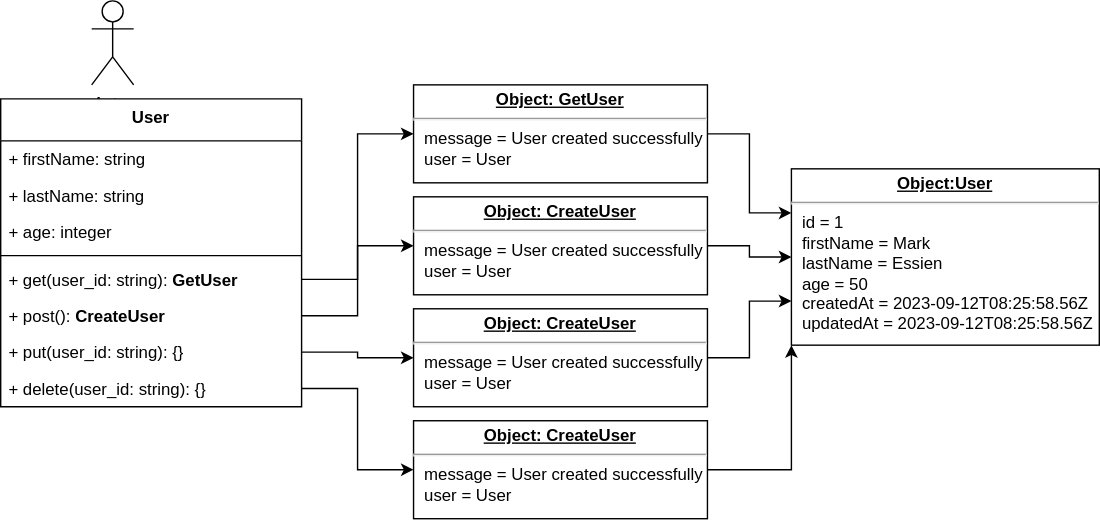
Before: diagram/zuri-stage-2.drawio.svg, a diagram exported from draw.io (Otagera/zuri-stage-two). Source tidied: cells renumbered, new cells last; positions are measured from the earlier drawing's top-left corner, leaving out a move shared by most shapes. Source of this version:
```xml
<mxGraphModel>
  <root>
    <mxCell id="0" />
    <mxCell id="1" parent="0" />
    <mxCell id="2" value="Actor" style="shape=umlActor;verticalLabelPosition=bottom;verticalAlign=top;html=1;" parent="1" vertex="1">
      <mxGeometry x="65" width="30" height="60" as="geometry" />
    </mxCell>
    <mxCell id="3" value="User" style="swimlane;fontStyle=1;align=center;verticalAlign=top;horizontal=1;startSize=30;whiteSpace=wrap;html=1;" parent="1" vertex="1">
      <mxGeometry y="70" width="215" height="220" as="geometry" />
    </mxCell>
    <mxCell id="4" value="+ firstName: string&lt;br&gt;" style="text;strokeColor=none;fillColor=none;align=left;verticalAlign=top;spacingLeft=4;spacingRight=4;overflow=hidden;whiteSpace=wrap;html=1;" parent="3" vertex="1">
      <mxGeometry y="30" width="215" height="26" as="geometry" />
    </mxCell>
    <mxCell id="5" value="+ lastName: string" style="text;strokeColor=none;fillColor=none;align=left;verticalAlign=top;spacingLeft=4;spacingRight=4;overflow=hidden;whiteSpace=wrap;html=1;" parent="3" vertex="1">
      <mxGeometry y="56" width="215" height="26" as="geometry" />
    </mxCell>
    <mxCell id="6" value="+ age: integer" style="text;strokeColor=none;fillColor=none;align=left;verticalAlign=top;spacingLeft=4;spacingRight=4;overflow=hidden;whiteSpace=wrap;html=1;" parent="3" vertex="1">
      <mxGeometry y="82" width="215" height="26" as="geometry" />
    </mxCell>
    <mxCell id="7" style="line;strokeWidth=1;fillColor=none;align=left;verticalAlign=middle;spacingTop=-1;spacingLeft=3;spacingRight=3;labelPosition=right;strokeColor=inherit;" parent="3" vertex="1">
      <mxGeometry y="108" width="215" height="8" as="geometry" />
    </mxCell>
    <mxCell id="8" value="+ get(user_id: string):&amp;nbsp;&lt;b style=&quot;border-color: var(--border-color); text-align: center;&quot;&gt;GetUser&lt;/b&gt;" style="text;strokeColor=none;fillColor=none;align=left;verticalAlign=top;spacingLeft=4;spacingRight=4;overflow=hidden;points=[[0,0.5],[1,0.5]];portConstraint=eastwest;whiteSpace=wrap;html=1;" parent="3" vertex="1">
      <mxGeometry y="116" width="215" height="26" as="geometry" />
    </mxCell>
    <mxCell id="9" value="+ post():&amp;nbsp;&lt;b style=&quot;border-color: var(--border-color); text-align: center;&quot;&gt;CreateUser&lt;/b&gt;" style="text;strokeColor=none;fillColor=none;align=left;verticalAlign=top;spacingLeft=4;spacingRight=4;overflow=hidden;points=[[0,0.5],[1,0.5]];portConstraint=eastwest;whiteSpace=wrap;html=1;" parent="3" vertex="1">
      <mxGeometry y="142" width="215" height="26" as="geometry" />
    </mxCell>
    <mxCell id="10" value="+ put(user_id: string): {}" style="text;strokeColor=none;fillColor=none;align=left;verticalAlign=top;spacingLeft=4;spacingRight=4;overflow=hidden;points=[[0,0.5],[1,0.5]];portConstraint=eastwest;whiteSpace=wrap;html=1;" parent="3" vertex="1">
      <mxGeometry y="168" width="215" height="26" as="geometry" />
    </mxCell>
    <mxCell id="11" value="+ delete(user_id: string): {}" style="text;strokeColor=none;fillColor=none;align=left;verticalAlign=top;spacingLeft=4;spacingRight=4;overflow=hidden;points=[[0,0.5],[1,0.5]];portConstraint=eastwest;whiteSpace=wrap;html=1;" parent="3" vertex="1">
      <mxGeometry y="194" width="215" height="26" as="geometry" />
    </mxCell>
    <mxCell id="12" style="edgeStyle=orthogonalEdgeStyle;rounded=0;jettySize=auto;html=1;entryX=0;entryY=0.25;entryDx=0;entryDy=0;" parent="1" edge="1" source="13" target="24">
      <mxGeometry relative="1" as="geometry" />
    </mxCell>
    <mxCell id="13" value="&lt;p style=&quot;margin:0px;margin-top:4px;text-align:center;text-decoration:underline;&quot;&gt;&lt;b&gt;Object: GetUser&lt;/b&gt;&lt;/p&gt;&lt;hr&gt;&lt;p style=&quot;margin:0px;margin-left:8px;&quot;&gt;message&amp;nbsp;=&amp;nbsp;User created successfully&lt;/p&gt;&lt;p style=&quot;margin:0px;margin-left:8px;&quot;&gt;user&amp;nbsp;= User&lt;/p&gt;" style="verticalAlign=top;align=left;overflow=fill;fontSize=12;fontFamily=Helvetica;html=1;whiteSpace=wrap;" parent="1" vertex="1">
      <mxGeometry x="295" y="60" width="210" height="70" as="geometry" />
    </mxCell>
    <mxCell id="14" style="edgeStyle=orthogonalEdgeStyle;rounded=0;jettySize=auto;html=1;entryX=0;entryY=0.5;entryDx=0;entryDy=0;" parent="1" edge="1" source="8" target="13">
      <mxGeometry relative="1" as="geometry" />
    </mxCell>
    <mxCell id="15" style="edgeStyle=orthogonalEdgeStyle;rounded=0;jettySize=auto;html=1;" parent="1" edge="1" source="16" target="24">
      <mxGeometry relative="1" as="geometry" />
    </mxCell>
    <mxCell id="16" value="&lt;p style=&quot;margin:0px;margin-top:4px;text-align:center;text-decoration:underline;&quot;&gt;&lt;b&gt;Object: CreateUser&lt;/b&gt;&lt;/p&gt;&lt;hr&gt;&lt;p style=&quot;margin:0px;margin-left:8px;&quot;&gt;message&amp;nbsp;=&amp;nbsp;User created successfully&lt;/p&gt;&lt;p style=&quot;margin:0px;margin-left:8px;&quot;&gt;user&amp;nbsp;= User&lt;/p&gt;" style="verticalAlign=top;align=left;overflow=fill;fontSize=12;fontFamily=Helvetica;html=1;whiteSpace=wrap;" parent="1" vertex="1">
      <mxGeometry x="295" y="140" width="210" height="70" as="geometry" />
    </mxCell>
    <mxCell id="17" style="edgeStyle=orthogonalEdgeStyle;rounded=0;jettySize=auto;html=1;entryX=0;entryY=0.5;entryDx=0;entryDy=0;" parent="1" edge="1" source="9" target="16">
      <mxGeometry relative="1" as="geometry" />
    </mxCell>
    <mxCell id="18" style="edgeStyle=orthogonalEdgeStyle;rounded=0;jettySize=auto;html=1;entryX=0;entryY=0.75;entryDx=0;entryDy=0;" parent="1" edge="1" source="19" target="24">
      <mxGeometry relative="1" as="geometry" />
    </mxCell>
    <mxCell id="19" value="&lt;p style=&quot;margin:0px;margin-top:4px;text-align:center;text-decoration:underline;&quot;&gt;&lt;b&gt;Object: CreateUser&lt;/b&gt;&lt;/p&gt;&lt;hr&gt;&lt;p style=&quot;margin:0px;margin-left:8px;&quot;&gt;message&amp;nbsp;=&amp;nbsp;User created successfully&lt;/p&gt;&lt;p style=&quot;margin:0px;margin-left:8px;&quot;&gt;user&amp;nbsp;= User&lt;/p&gt;" style="verticalAlign=top;align=left;overflow=fill;fontSize=12;fontFamily=Helvetica;html=1;whiteSpace=wrap;" parent="1" vertex="1">
      <mxGeometry x="295" y="220" width="210" height="70" as="geometry" />
    </mxCell>
    <mxCell id="20" style="edgeStyle=orthogonalEdgeStyle;rounded=0;jettySize=auto;html=1;entryX=0;entryY=0.5;entryDx=0;entryDy=0;" parent="1" edge="1" source="10" target="19">
      <mxGeometry relative="1" as="geometry" />
    </mxCell>
    <mxCell id="21" style="edgeStyle=orthogonalEdgeStyle;rounded=0;jettySize=auto;html=1;entryX=0;entryY=1;entryDx=0;entryDy=0;" parent="1" edge="1" source="22" target="24">
      <mxGeometry relative="1" as="geometry" />
    </mxCell>
    <mxCell id="22" value="&lt;p style=&quot;margin:0px;margin-top:4px;text-align:center;text-decoration:underline;&quot;&gt;&lt;b&gt;Object: CreateUser&lt;/b&gt;&lt;/p&gt;&lt;hr&gt;&lt;p style=&quot;margin:0px;margin-left:8px;&quot;&gt;message&amp;nbsp;=&amp;nbsp;User created successfully&lt;/p&gt;&lt;p style=&quot;margin:0px;margin-left:8px;&quot;&gt;user&amp;nbsp;= User&lt;/p&gt;" style="verticalAlign=top;align=left;overflow=fill;fontSize=12;fontFamily=Helvetica;html=1;whiteSpace=wrap;" parent="1" vertex="1">
      <mxGeometry x="295" y="300" width="210" height="70" as="geometry" />
    </mxCell>
    <mxCell id="23" style="edgeStyle=orthogonalEdgeStyle;rounded=0;jettySize=auto;html=1;entryX=0;entryY=0.5;entryDx=0;entryDy=0;" parent="1" edge="1" source="11" target="22">
      <mxGeometry relative="1" as="geometry" />
    </mxCell>
    <mxCell id="24" value="&lt;p style=&quot;margin:0px;margin-top:4px;text-align:center;text-decoration:underline;&quot;&gt;&lt;b&gt;Object:User&lt;/b&gt;&lt;/p&gt;&lt;hr&gt;&lt;p style=&quot;margin:0px;margin-left:8px;&quot;&gt;id = 1&lt;br&gt;firstName = Mark&lt;br&gt;lastName = Essien&lt;/p&gt;&lt;p style=&quot;margin:0px;margin-left:8px;&quot;&gt;age = 50&lt;/p&gt;&lt;p style=&quot;margin:0px;margin-left:8px;&quot;&gt;createdAt = 2023-09-12T08:25:58.56Z&lt;/p&gt;&lt;p style=&quot;margin:0px;margin-left:8px;&quot;&gt;updatedAt = 2023-09-12T08:25:58.56Z&lt;br&gt;&lt;/p&gt;" style="verticalAlign=top;align=left;overflow=fill;fontSize=12;fontFamily=Helvetica;html=1;whiteSpace=wrap;" parent="1" vertex="1">
      <mxGeometry x="565" y="120" width="220" height="126" as="geometry" />
    </mxCell>
  </root>
</mxGraphModel>
```
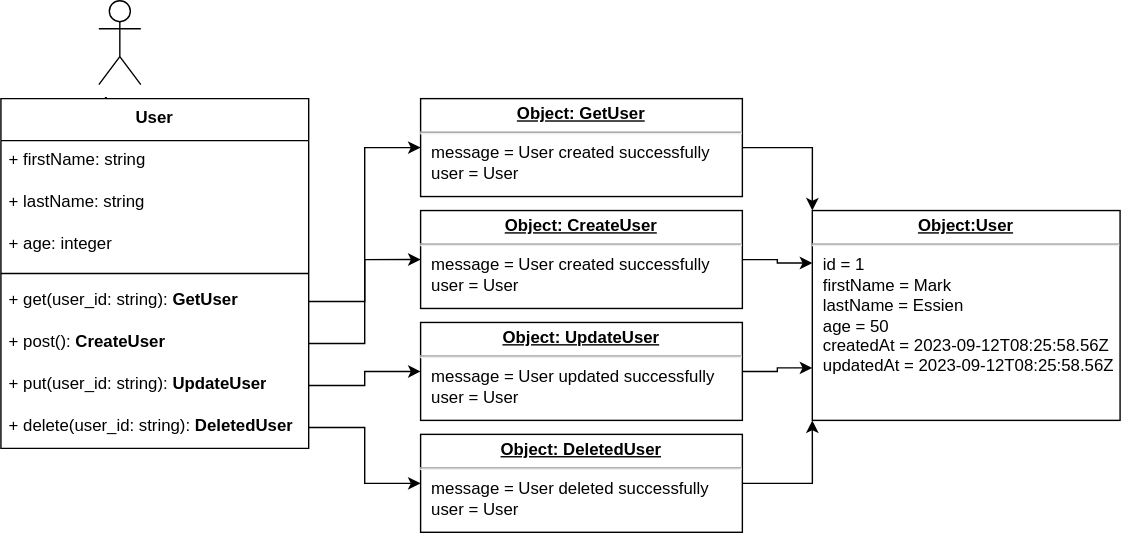
After the commit.

What changed in the source:
```diff
@@ -3,73 +3,73 @@
     <mxCell id="0" />
     <mxCell id="1" parent="0" />
     <mxCell id="2" value="Actor" style="shape=umlActor;verticalLabelPosition=bottom;verticalAlign=top;html=1;" parent="1" vertex="1">
-      <mxGeometry x="65" width="30" height="60" as="geometry" />
+      <mxGeometry x="65" y="-10" width="30" height="60" as="geometry" />
     </mxCell>
     <mxCell id="3" value="User" style="swimlane;fontStyle=1;align=center;verticalAlign=top;horizontal=1;startSize=30;whiteSpace=wrap;html=1;" parent="1" vertex="1">
-      <mxGeometry y="70" width="215" height="220" as="geometry" />
+      <mxGeometry x="-5" y="60" width="220" height="250" as="geometry" />
     </mxCell>
     <mxCell id="4" value="+ firstName: string&lt;br&gt;" style="text;strokeColor=none;fillColor=none;align=left;verticalAlign=top;spacingLeft=4;spacingRight=4;overflow=hidden;whiteSpace=wrap;html=1;" parent="3" vertex="1">
-      <mxGeometry y="30" width="215" height="26" as="geometry" />
+      <mxGeometry y="30" width="220" height="30" as="geometry" />
     </mxCell>
     <mxCell id="5" value="+ lastName: string" style="text;strokeColor=none;fillColor=none;align=left;verticalAlign=top;spacingLeft=4;spacingRight=4;overflow=hidden;whiteSpace=wrap;html=1;" parent="3" vertex="1">
-      <mxGeometry y="56" width="215" height="26" as="geometry" />
+      <mxGeometry y="60" width="220" height="30" as="geometry" />
     </mxCell>
     <mxCell id="6" value="+ age: integer" style="text;strokeColor=none;fillColor=none;align=left;verticalAlign=top;spacingLeft=4;spacingRight=4;overflow=hidden;whiteSpace=wrap;html=1;" parent="3" vertex="1">
-      <mxGeometry y="82" width="215" height="26" as="geometry" />
+      <mxGeometry y="90" width="220" height="30" as="geometry" />
     </mxCell>
     <mxCell id="7" style="line;strokeWidth=1;fillColor=none;align=left;verticalAlign=middle;spacingTop=-1;spacingLeft=3;spacingRight=3;labelPosition=right;strokeColor=inherit;" parent="3" vertex="1">
-      <mxGeometry y="108" width="215" height="8" as="geometry" />
+      <mxGeometry y="120" width="220" height="10" as="geometry" />
     </mxCell>
     <mxCell id="8" value="+ get(user_id: string):&amp;nbsp;&lt;b style=&quot;border-color: var(--border-color); text-align: center;&quot;&gt;GetUser&lt;/b&gt;" style="text;strokeColor=none;fillColor=none;align=left;verticalAlign=top;spacingLeft=4;spacingRight=4;overflow=hidden;points=[[0,0.5],[1,0.5]];portConstraint=eastwest;whiteSpace=wrap;html=1;" parent="3" vertex="1">
-      <mxGeometry y="116" width="215" height="26" as="geometry" />
+      <mxGeometry y="130" width="220" height="30" as="geometry" />
     </mxCell>
     <mxCell id="9" value="+ post():&amp;nbsp;&lt;b style=&quot;border-color: var(--border-color); text-align: center;&quot;&gt;CreateUser&lt;/b&gt;" style="text;strokeColor=none;fillColor=none;align=left;verticalAlign=top;spacingLeft=4;spacingRight=4;overflow=hidden;points=[[0,0.5],[1,0.5]];portConstraint=eastwest;whiteSpace=wrap;html=1;" parent="3" vertex="1">
-      <mxGeometry y="142" width="215" height="26" as="geometry" />
+      <mxGeometry y="160" width="220" height="30" as="geometry" />
     </mxCell>
-    <mxCell id="10" value="+ put(user_id: string): {}" style="text;strokeColor=none;fillColor=none;align=left;verticalAlign=top;spacingLeft=4;spacingRight=4;overflow=hidden;points=[[0,0.5],[1,0.5]];portConstraint=eastwest;whiteSpace=wrap;html=1;" parent="3" vertex="1">
-      <mxGeometry y="168" width="215" height="26" as="geometry" />
+    <mxCell id="10" value="+ put(user_id: string):&amp;nbsp;&lt;b style=&quot;border-color: var(--border-color); text-align: center;&quot;&gt;UpdateUser&lt;/b&gt;" style="text;strokeColor=none;fillColor=none;align=left;verticalAlign=top;spacingLeft=4;spacingRight=4;overflow=hidden;points=[[0,0.5],[1,0.5]];portConstraint=eastwest;whiteSpace=wrap;html=1;" parent="3" vertex="1">
+      <mxGeometry y="190" width="220" height="30" as="geometry" />
     </mxCell>
-    <mxCell id="11" value="+ delete(user_id: string): {}" style="text;strokeColor=none;fillColor=none;align=left;verticalAlign=top;spacingLeft=4;spacingRight=4;overflow=hidden;points=[[0,0.5],[1,0.5]];portConstraint=eastwest;whiteSpace=wrap;html=1;" parent="3" vertex="1">
-      <mxGeometry y="194" width="215" height="26" as="geometry" />
+    <mxCell id="11" value="+ delete(user_id: string):&amp;nbsp;&lt;b style=&quot;border-color: var(--border-color); text-align: center;&quot;&gt;DeletedUser&lt;/b&gt;" style="text;strokeColor=none;fillColor=none;align=left;verticalAlign=top;spacingLeft=4;spacingRight=4;overflow=hidden;points=[[0,0.5],[1,0.5]];portConstraint=eastwest;whiteSpace=wrap;html=1;" parent="3" vertex="1">
+      <mxGeometry y="220" width="220" height="30" as="geometry" />
     </mxCell>
-    <mxCell id="12" style="edgeStyle=orthogonalEdgeStyle;rounded=0;jettySize=auto;html=1;entryX=0;entryY=0.25;entryDx=0;entryDy=0;" parent="1" edge="1" source="13" target="24">
+    <mxCell id="12" style="edgeStyle=orthogonalEdgeStyle;rounded=0;jettySize=auto;html=1;entryX=0;entryY=0;entryDx=0;entryDy=0;" parent="1" edge="1" source="13" target="24">
       <mxGeometry relative="1" as="geometry" />
     </mxCell>
-    <mxCell id="13" value="&lt;p style=&quot;margin:0px;margin-top:4px;text-align:center;text-decoration:underline;&quot;&gt;&lt;b&gt;Object: GetUser&lt;/b&gt;&lt;/p&gt;&lt;hr&gt;&lt;p style=&quot;margin:0px;margin-left:8px;&quot;&gt;message&amp;nbsp;=&amp;nbsp;User created successfully&lt;/p&gt;&lt;p style=&quot;margin:0px;margin-left:8px;&quot;&gt;user&amp;nbsp;= User&lt;/p&gt;" style="verticalAlign=top;align=left;overflow=fill;fontSize=12;fontFamily=Helvetica;html=1;whiteSpace=wrap;" parent="1" vertex="1">
-      <mxGeometry x="295" y="60" width="210" height="70" as="geometry" />
-    </mxCell>
     <mxCell id="14" style="edgeStyle=orthogonalEdgeStyle;rounded=0;jettySize=auto;html=1;entryX=0;entryY=0.5;entryDx=0;entryDy=0;" parent="1" edge="1" source="8" target="13">
       <mxGeometry relative="1" as="geometry" />
     </mxCell>
-    <mxCell id="15" style="edgeStyle=orthogonalEdgeStyle;rounded=0;jettySize=auto;html=1;" parent="1" edge="1" source="16" target="24">
+    <mxCell id="15" style="edgeStyle=orthogonalEdgeStyle;rounded=0;jettySize=auto;html=1;entryX=0;entryY=0.25;entryDx=0;entryDy=0;" parent="1" edge="1" source="16" target="24">
       <mxGeometry relative="1" as="geometry" />
     </mxCell>
-    <mxCell id="16" value="&lt;p style=&quot;margin:0px;margin-top:4px;text-align:center;text-decoration:underline;&quot;&gt;&lt;b&gt;Object: CreateUser&lt;/b&gt;&lt;/p&gt;&lt;hr&gt;&lt;p style=&quot;margin:0px;margin-left:8px;&quot;&gt;message&amp;nbsp;=&amp;nbsp;User created successfully&lt;/p&gt;&lt;p style=&quot;margin:0px;margin-left:8px;&quot;&gt;user&amp;nbsp;= User&lt;/p&gt;" style="verticalAlign=top;align=left;overflow=fill;fontSize=12;fontFamily=Helvetica;html=1;whiteSpace=wrap;" parent="1" vertex="1">
-      <mxGeometry x="295" y="140" width="210" height="70" as="geometry" />
-    </mxCell>
     <mxCell id="17" style="edgeStyle=orthogonalEdgeStyle;rounded=0;jettySize=auto;html=1;entryX=0;entryY=0.5;entryDx=0;entryDy=0;" parent="1" edge="1" source="9" target="16">
       <mxGeometry relative="1" as="geometry" />
     </mxCell>
     <mxCell id="18" style="edgeStyle=orthogonalEdgeStyle;rounded=0;jettySize=auto;html=1;entryX=0;entryY=0.75;entryDx=0;entryDy=0;" parent="1" edge="1" source="19" target="24">
       <mxGeometry relative="1" as="geometry" />
     </mxCell>
-    <mxCell id="19" value="&lt;p style=&quot;margin:0px;margin-top:4px;text-align:center;text-decoration:underline;&quot;&gt;&lt;b&gt;Object: CreateUser&lt;/b&gt;&lt;/p&gt;&lt;hr&gt;&lt;p style=&quot;margin:0px;margin-left:8px;&quot;&gt;message&amp;nbsp;=&amp;nbsp;User created successfully&lt;/p&gt;&lt;p style=&quot;margin:0px;margin-left:8px;&quot;&gt;user&amp;nbsp;= User&lt;/p&gt;" style="verticalAlign=top;align=left;overflow=fill;fontSize=12;fontFamily=Helvetica;html=1;whiteSpace=wrap;" parent="1" vertex="1">
-      <mxGeometry x="295" y="220" width="210" height="70" as="geometry" />
-    </mxCell>
     <mxCell id="20" style="edgeStyle=orthogonalEdgeStyle;rounded=0;jettySize=auto;html=1;entryX=0;entryY=0.5;entryDx=0;entryDy=0;" parent="1" edge="1" source="10" target="19">
       <mxGeometry relative="1" as="geometry" />
     </mxCell>
     <mxCell id="21" style="edgeStyle=orthogonalEdgeStyle;rounded=0;jettySize=auto;html=1;entryX=0;entryY=1;entryDx=0;entryDy=0;" parent="1" edge="1" source="22" target="24">
       <mxGeometry relative="1" as="geometry" />
     </mxCell>
-    <mxCell id="22" value="&lt;p style=&quot;margin:0px;margin-top:4px;text-align:center;text-decoration:underline;&quot;&gt;&lt;b&gt;Object: CreateUser&lt;/b&gt;&lt;/p&gt;&lt;hr&gt;&lt;p style=&quot;margin:0px;margin-left:8px;&quot;&gt;message&amp;nbsp;=&amp;nbsp;User created successfully&lt;/p&gt;&lt;p style=&quot;margin:0px;margin-left:8px;&quot;&gt;user&amp;nbsp;= User&lt;/p&gt;" style="verticalAlign=top;align=left;overflow=fill;fontSize=12;fontFamily=Helvetica;html=1;whiteSpace=wrap;" parent="1" vertex="1">
-      <mxGeometry x="295" y="300" width="210" height="70" as="geometry" />
-    </mxCell>
     <mxCell id="23" style="edgeStyle=orthogonalEdgeStyle;rounded=0;jettySize=auto;html=1;entryX=0;entryY=0.5;entryDx=0;entryDy=0;" parent="1" edge="1" source="11" target="22">
       <mxGeometry relative="1" as="geometry" />
     </mxCell>
     <mxCell id="24" value="&lt;p style=&quot;margin:0px;margin-top:4px;text-align:center;text-decoration:underline;&quot;&gt;&lt;b&gt;Object:User&lt;/b&gt;&lt;/p&gt;&lt;hr&gt;&lt;p style=&quot;margin:0px;margin-left:8px;&quot;&gt;id = 1&lt;br&gt;firstName = Mark&lt;br&gt;lastName = Essien&lt;/p&gt;&lt;p style=&quot;margin:0px;margin-left:8px;&quot;&gt;age = 50&lt;/p&gt;&lt;p style=&quot;margin:0px;margin-left:8px;&quot;&gt;createdAt = 2023-09-12T08:25:58.56Z&lt;/p&gt;&lt;p style=&quot;margin:0px;margin-left:8px;&quot;&gt;updatedAt = 2023-09-12T08:25:58.56Z&lt;br&gt;&lt;/p&gt;" style="verticalAlign=top;align=left;overflow=fill;fontSize=12;fontFamily=Helvetica;html=1;whiteSpace=wrap;" parent="1" vertex="1">
-      <mxGeometry x="565" y="120" width="220" height="126" as="geometry" />
+      <mxGeometry x="575" y="140" width="220" height="150" as="geometry" />
     </mxCell>
+    <mxCell id="13" value="&lt;p style=&quot;margin:0px;margin-top:4px;text-align:center;text-decoration:underline;&quot;&gt;&lt;b&gt;Object: GetUser&lt;/b&gt;&lt;/p&gt;&lt;hr&gt;&lt;p style=&quot;margin:0px;margin-left:8px;&quot;&gt;message&amp;nbsp;=&amp;nbsp;User created successfully&lt;/p&gt;&lt;p style=&quot;margin:0px;margin-left:8px;&quot;&gt;user&amp;nbsp;= User&lt;/p&gt;" style="verticalAlign=top;align=left;overflow=fill;fontSize=12;fontFamily=Helvetica;html=1;whiteSpace=wrap;" parent="1" vertex="1">
+      <mxGeometry x="295" y="60" width="230" height="70" as="geometry" />
+    </mxCell>
+    <mxCell id="16" value="&lt;p style=&quot;margin:0px;margin-top:4px;text-align:center;text-decoration:underline;&quot;&gt;&lt;b&gt;Object: CreateUser&lt;/b&gt;&lt;/p&gt;&lt;hr&gt;&lt;p style=&quot;margin:0px;margin-left:8px;&quot;&gt;message&amp;nbsp;=&amp;nbsp;User created successfully&lt;/p&gt;&lt;p style=&quot;margin:0px;margin-left:8px;&quot;&gt;user&amp;nbsp;= User&lt;/p&gt;" style="verticalAlign=top;align=left;overflow=fill;fontSize=12;fontFamily=Helvetica;html=1;whiteSpace=wrap;" parent="1" vertex="1">
+      <mxGeometry x="295" y="140" width="230" height="70" as="geometry" />
+    </mxCell>
+    <mxCell id="19" value="&lt;p style=&quot;margin:0px;margin-top:4px;text-align:center;text-decoration:underline;&quot;&gt;&lt;b&gt;Object: UpdateUser&lt;/b&gt;&lt;/p&gt;&lt;hr&gt;&lt;p style=&quot;margin:0px;margin-left:8px;&quot;&gt;message&amp;nbsp;=&amp;nbsp;User updated successfully&lt;/p&gt;&lt;p style=&quot;margin:0px;margin-left:8px;&quot;&gt;user&amp;nbsp;= User&lt;/p&gt;" style="verticalAlign=top;align=left;overflow=fill;fontSize=12;fontFamily=Helvetica;html=1;whiteSpace=wrap;" parent="1" vertex="1">
+      <mxGeometry x="295" y="220" width="230" height="70" as="geometry" />
+    </mxCell>
+    <mxCell id="22" value="&lt;p style=&quot;margin:0px;margin-top:4px;text-align:center;text-decoration:underline;&quot;&gt;&lt;b&gt;Object: DeletedUser&lt;/b&gt;&lt;/p&gt;&lt;hr&gt;&lt;p style=&quot;margin:0px;margin-left:8px;&quot;&gt;message&amp;nbsp;=&amp;nbsp;User deleted successfully&lt;/p&gt;&lt;p style=&quot;margin:0px;margin-left:8px;&quot;&gt;user&amp;nbsp;= User&lt;/p&gt;" style="verticalAlign=top;align=left;overflow=fill;fontSize=12;fontFamily=Helvetica;html=1;whiteSpace=wrap;" parent="1" vertex="1">
+      <mxGeometry x="295" y="300" width="230" height="70" as="geometry" />
+    </mxCell>
   </root>
 </mxGraphModel>
```
